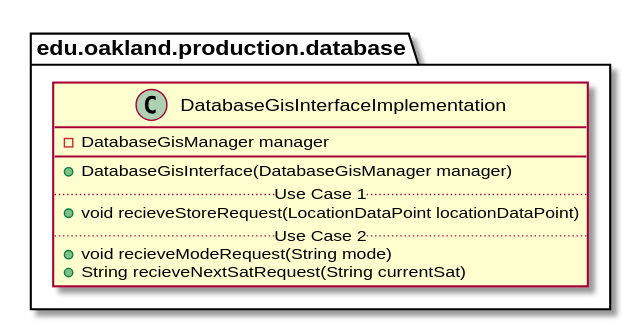
Above: docs/uml-class-diagrams/database/production/DatabaseGisInterfaceImplementation/DatabaseGisInterfaceImplementation.svg in andrewdimmer/csi-3370-software-project (PlantUML), before the change.
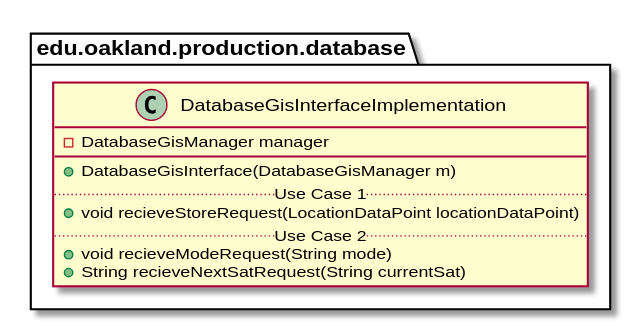
The same file after the commit.

Change to the diagram source:
```diff
@@ -4,7 +4,7 @@
     class DatabaseGisInterfaceImplementation {
         - DatabaseGisManager manager
         __
-        + DatabaseGisInterface(DatabaseGisManager manager)
+        + DatabaseGisInterface(DatabaseGisManager m)
         .. Use Case 1 ..
         + void recieveStoreRequest(LocationDataPoint locationDataPoint)
         .. Use Case 2 ..
```
